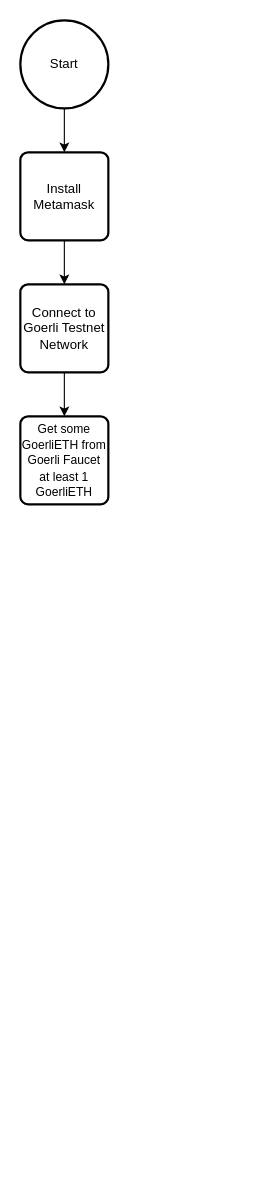
The draw.io diagram zkEVM Flowchart.drawio in hanggaa/Diagram, before the edit. Source tidied: cells renumbered, new cells numbered last; positions are measured from the earlier drawing's top-left corner, leaving out a move shared by most shapes. Both pictures are drawn from the tidied source at 110%, with x=0, y=0 at pixel (20, 20).
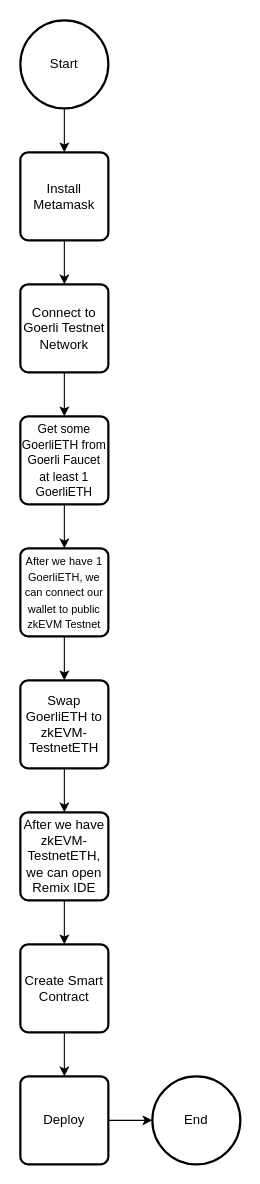
After the change.

The change refers to these unchanged cells:
```xml
<mxCell id="8" value="&lt;font style=&quot;font-size: 11px;&quot;&gt;Get some GoerliETH from Goerli Faucet at least 1 GoerliETH&lt;/font&gt;" style="rounded=1;whiteSpace=wrap;html=1;absoluteArcSize=1;arcSize=14;strokeWidth=2;" parent="1" vertex="1">
  <mxGeometry y="360" width="80" height="80" as="geometry" />
</mxCell>
```

Change to the diagram source:
```diff
@@
+    <mxCell id="9" style="edgeStyle=orthogonalEdgeStyle;rounded=0;jettySize=auto;html=1;exitX=0.5;exitY=1;exitDx=0;exitDy=0;entryX=0.5;entryY=0;entryDx=0;entryDy=0;fontSize=10;" parent="1" edge="1" source="8" target="11">
+      <mxGeometry relative="1" as="geometry" />
+    </mxCell>
@@
+    <mxCell id="10" style="edgeStyle=orthogonalEdgeStyle;rounded=0;jettySize=auto;html=1;exitX=0.5;exitY=1;exitDx=0;exitDy=0;entryX=0.5;entryY=0;entryDx=0;entryDy=0;fontSize=12;" parent="1" edge="1" source="11" target="13">
+      <mxGeometry relative="1" as="geometry" />
+    </mxCell>
+    <mxCell id="11" value="&lt;font style=&quot;font-size: 10px;&quot;&gt;After we have 1 GoerliETH, we can connect our wallet to public zkEVM Testnet&lt;/font&gt;" style="rounded=1;whiteSpace=wrap;html=1;absoluteArcSize=1;arcSize=14;strokeWidth=2;" parent="1" vertex="1">
+      <mxGeometry y="480" width="80" height="80" as="geometry" />
+    </mxCell>
+    <mxCell id="12" style="edgeStyle=orthogonalEdgeStyle;rounded=0;jettySize=auto;html=1;exitX=0.5;exitY=1;exitDx=0;exitDy=0;entryX=0.5;entryY=0;entryDx=0;entryDy=0;fontSize=12;" parent="1" edge="1" source="13" target="15">
+      <mxGeometry relative="1" as="geometry" />
+    </mxCell>
+    <mxCell id="13" value="&lt;font style=&quot;font-size: 12px;&quot;&gt;Swap GoerliETH to zkEVM-TestnetETH&lt;/font&gt;" style="rounded=1;whiteSpace=wrap;html=1;absoluteArcSize=1;arcSize=14;strokeWidth=2;" parent="1" vertex="1">
+      <mxGeometry y="600" width="80" height="80" as="geometry" />
+    </mxCell>
+    <mxCell id="14" style="edgeStyle=orthogonalEdgeStyle;rounded=0;jettySize=auto;html=1;exitX=0.5;exitY=1;exitDx=0;exitDy=0;entryX=0.5;entryY=0;entryDx=0;entryDy=0;fontSize=12;" parent="1" edge="1" source="15" target="17">
+      <mxGeometry relative="1" as="geometry" />
+    </mxCell>
+    <mxCell id="15" value="&lt;font style=&quot;font-size: 12px;&quot;&gt;After we have zkEVM-TestnetETH, we can open Remix IDE&lt;/font&gt;" style="rounded=1;whiteSpace=wrap;html=1;absoluteArcSize=1;arcSize=14;strokeWidth=2;" parent="1" vertex="1">
+      <mxGeometry y="720" width="80" height="80" as="geometry" />
+    </mxCell>
+    <mxCell id="16" style="edgeStyle=orthogonalEdgeStyle;rounded=0;jettySize=auto;html=1;exitX=0.5;exitY=1;exitDx=0;exitDy=0;entryX=0.5;entryY=0;entryDx=0;entryDy=0;" parent="1" edge="1" source="17" target="19">
+      <mxGeometry relative="1" as="geometry" />
+    </mxCell>
+    <mxCell id="17" value="&lt;font style=&quot;font-size: 12px;&quot;&gt;Create Smart Contract&lt;/font&gt;" style="rounded=1;whiteSpace=wrap;html=1;absoluteArcSize=1;arcSize=14;strokeWidth=2;" parent="1" vertex="1">
+      <mxGeometry y="840" width="80" height="80" as="geometry" />
+    </mxCell>
+    <mxCell id="18" style="edgeStyle=orthogonalEdgeStyle;rounded=0;jettySize=auto;html=1;exitX=1;exitY=0.5;exitDx=0;exitDy=0;entryX=0;entryY=0.5;entryDx=0;entryDy=0;entryPerimeter=0;" parent="1" edge="1" source="19" target="20">
+      <mxGeometry relative="1" as="geometry" />
+    </mxCell>
+    <mxCell id="19" value="&lt;font style=&quot;font-size: 12px;&quot;&gt;Deploy&lt;/font&gt;" style="rounded=1;whiteSpace=wrap;html=1;absoluteArcSize=1;arcSize=14;strokeWidth=2;" parent="1" vertex="1">
+      <mxGeometry y="960" width="80" height="80" as="geometry" />
+    </mxCell>
+    <mxCell id="20" value="End" style="strokeWidth=2;html=1;shape=mxgraph.flowchart.start_2;whiteSpace=wrap;" parent="1" vertex="1">
+      <mxGeometry x="120" y="960" width="80" height="80" as="geometry" />
+    </mxCell>
```
